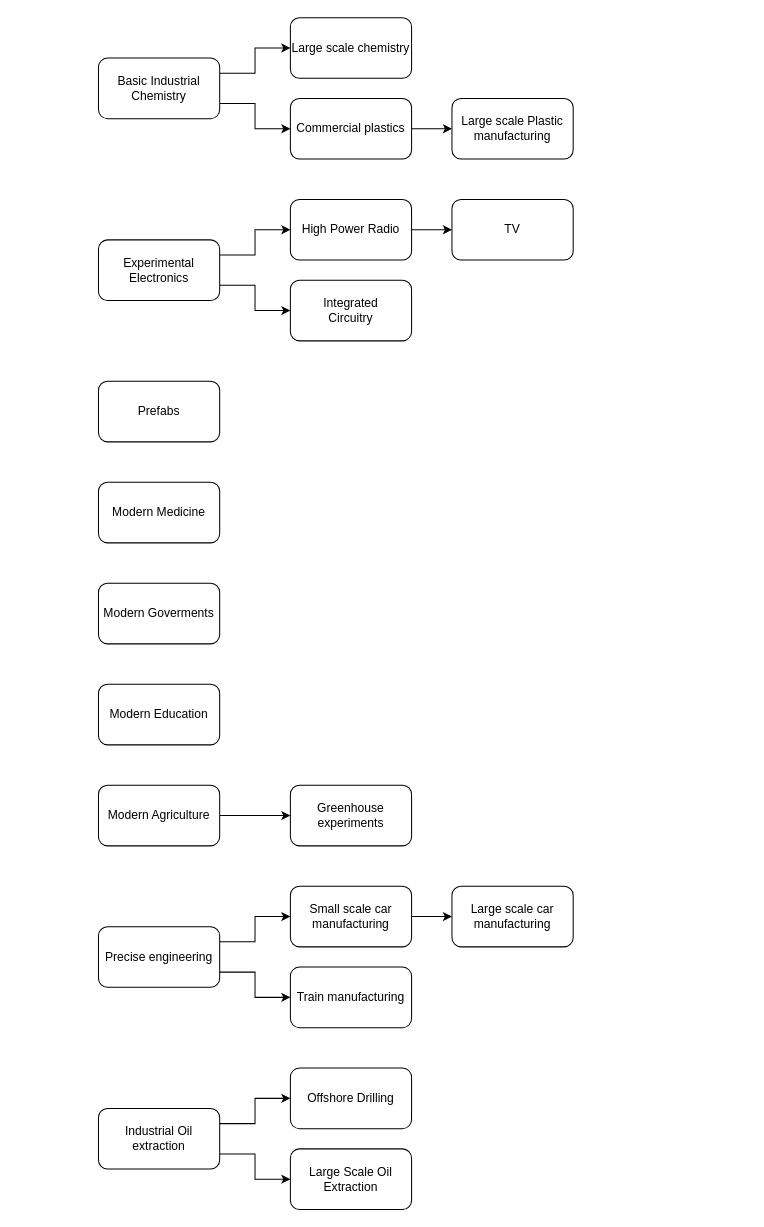
The draw.io diagram Untitled Diagram.drawio in cit1zen/charts, before the edit. Source tidied: cells renumbered, new cells numbered last; positions are measured from the earlier drawing's top-left corner, leaving out a move shared by most shapes. Both pictures are drawn from the tidied source at 101%, with x=0, y=0 at pixel (98, 17).
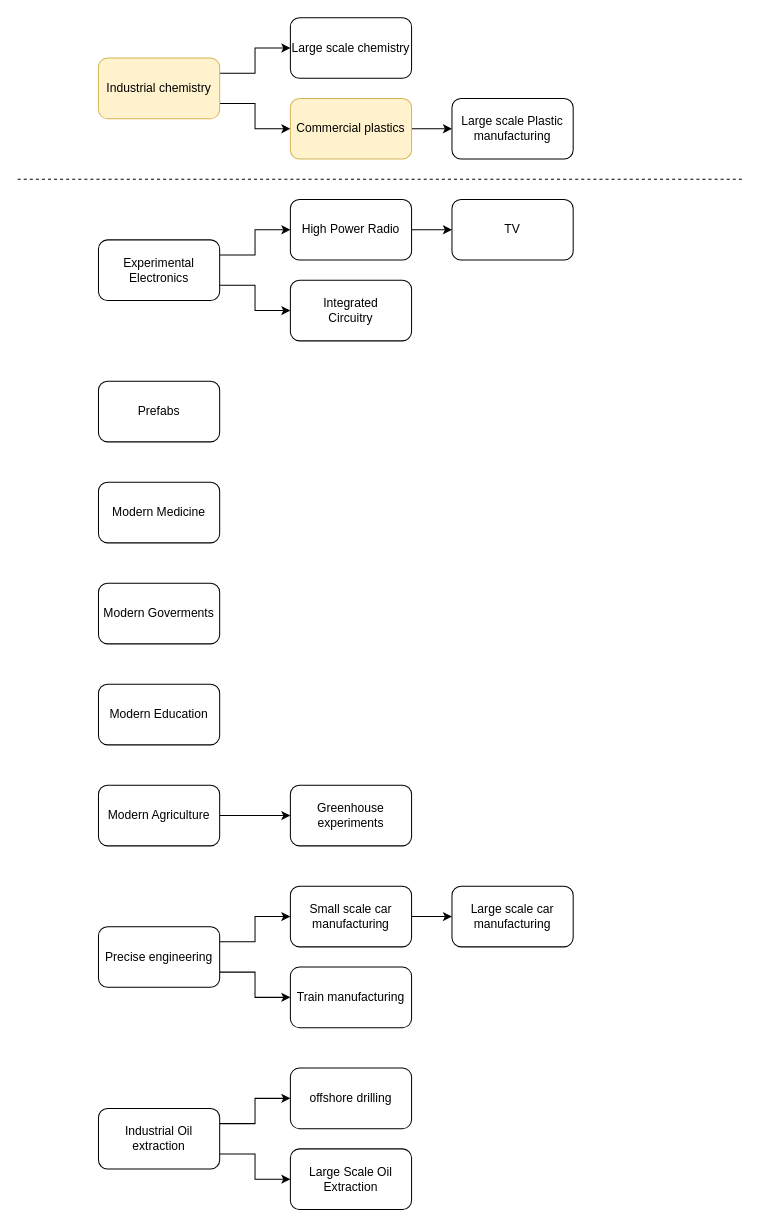
Above is the later version.

What changed in the source:
```diff
@@
-    <mxCell id="4" value="Basic Industrial Chemistry" style="rounded=1;whiteSpace=wrap;html=1;" parent="1" vertex="1">
+    <mxCell id="4" value="Industrial chemistry" style="rounded=1;whiteSpace=wrap;html=1;fillColor=#fff2cc;strokeColor=#d6b656;" parent="1" vertex="1">
       <mxGeometry y="40" width="120" height="60" as="geometry" />
     </mxCell>
@@
-    <mxCell id="12" value="Commercial plastics&lt;br&gt;" style="rounded=1;whiteSpace=wrap;html=1;" parent="1" vertex="1">
+    <mxCell id="12" value="Commercial plastics&lt;br&gt;" style="rounded=1;whiteSpace=wrap;html=1;fillColor=#fff2cc;strokeColor=#d6b656;" parent="1" vertex="1">
       <mxGeometry x="190" y="80" width="120" height="60" as="geometry" />
     </mxCell>
@@
-    <mxCell id="33" value="Offshore Drilling" style="rounded=1;whiteSpace=wrap;html=1;" parent="1" vertex="1">
+    <mxCell id="33" value="offshore drilling" style="rounded=1;whiteSpace=wrap;html=1;" parent="1" vertex="1">
       <mxGeometry x="190" y="1040" width="120" height="60" as="geometry" />
     </mxCell>
@@
+    <mxCell id="35" style="endArrow=none;dashed=1;html=1;" parent="1" edge="1">
+      <mxGeometry relative="1" as="geometry">
+        <mxPoint x="-80" y="160" as="sourcePoint" />
+        <mxPoint x="640" y="160" as="targetPoint" />
+      </mxGeometry>
+    </mxCell>
```
